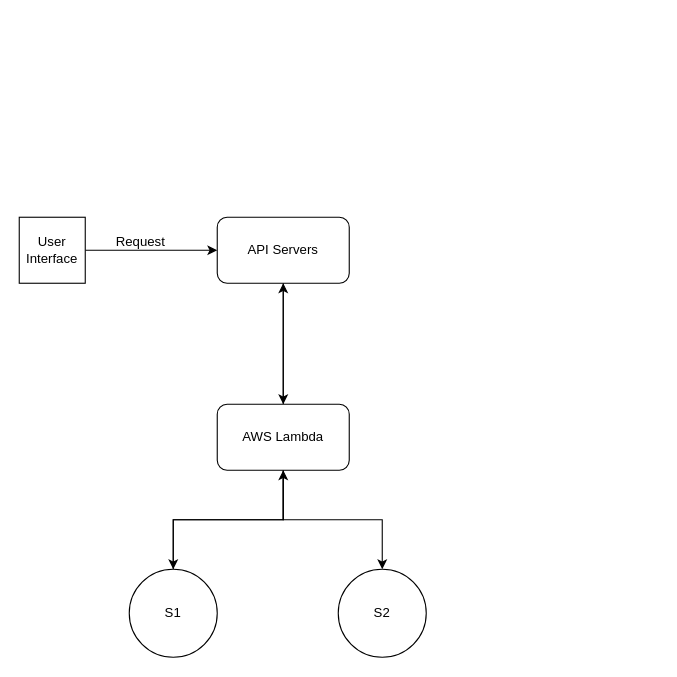
AsifKibria/SpaceNus-API-Diagram keeps this draw.io diagram as SpaceNus-BackEnd_API_Services.drawio. Above is the earlier version. Source tidied: cells renumbered, new cells numbered last; positions are measured from the earlier drawing's top-left corner, leaving out a move shared by most shapes. Both pictures are drawn from the tidied source at 110%, with x=0, y=0 at pixel (19, 217).
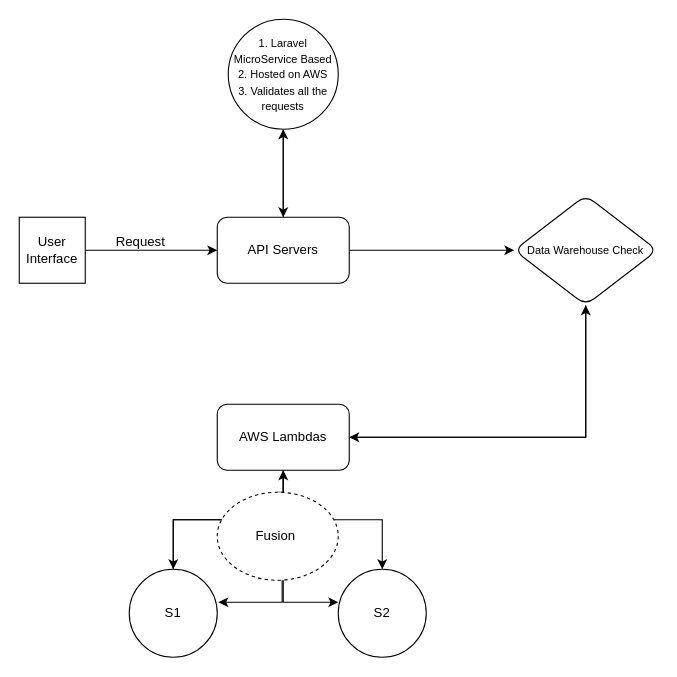
The same page after the edit.

The change refers to these unchanged cells:
```xml
<mxCell id="5" value="API Servers&lt;br&gt;" style="rounded=1;whiteSpace=wrap;html=1;" parent="1" vertex="1">
  <mxGeometry x="180" width="120" height="60" as="geometry" />
</mxCell>
```

Change to the diagram source:
```diff
@@
-    <mxCell id="4" style="edgeStyle=orthogonalEdgeStyle;rounded=0;jettySize=auto;html=1;" parent="1" edge="1" source="5" target="9">
-      <mxGeometry relative="1" as="geometry" />
+    <mxCell id="4" style="edgeStyle=orthogonalEdgeStyle;rounded=0;jettySize=auto;html=1;exitX=0.5;exitY=1;exitDx=0;exitDy=0;" parent="1" edge="1" source="16" target="9">
+      <mxGeometry relative="1" as="geometry">
+        <Array as="points">
+          <mxPoint x="515" y="200" />
+        </Array>
+      </mxGeometry>
     </mxCell>
+    <mxCell id="14" style="edgeStyle=orthogonalEdgeStyle;rounded=0;jettySize=auto;html=1;" parent="1" edge="1" source="5" target="16">
+      <mxGeometry relative="1" as="geometry">
+        <Array as="points">
+          <mxPoint x="380" y="30" />
+          <mxPoint x="380" y="30" />
+        </Array>
+      </mxGeometry>
+    </mxCell>
+    <mxCell id="15" style="edgeStyle=orthogonalEdgeStyle;rounded=0;jettySize=auto;html=1;" parent="1" edge="1" source="5" target="18">
+      <mxGeometry relative="1" as="geometry" />
+    </mxCell>
@@
-    <mxCell id="8" style="edgeStyle=orthogonalEdgeStyle;rounded=0;jettySize=auto;html=1;entryX=0.5;entryY=1;entryDx=0;entryDy=0;" parent="1" edge="1" source="9" target="5">
+    <mxCell id="8" style="edgeStyle=orthogonalEdgeStyle;rounded=0;jettySize=auto;html=1;entryX=0.5;entryY=1;entryDx=0;entryDy=0;" parent="1" edge="1" source="9" target="16">
       <mxGeometry relative="1" as="geometry" />
     </mxCell>
-    <mxCell id="9" value="AWS Lambda" style="rounded=1;whiteSpace=wrap;html=1;" parent="1" vertex="1">
+    <mxCell id="9" value="AWS Lambdas" style="rounded=1;whiteSpace=wrap;html=1;" parent="1" vertex="1">
       <mxGeometry x="180" y="170" width="120" height="60" as="geometry" />
     </mxCell>
@@
-    <mxCell id="11" value="S1" style="ellipse;whiteSpace=wrap;html=1;rounded=1;" parent="1" vertex="1">
-      <mxGeometry x="100" y="320" width="80" height="80" as="geometry" />
-    </mxCell>
@@
+    <mxCell id="16" value="&lt;font style=&quot;font-size: 10px;&quot;&gt;Data Warehouse Check&lt;/font&gt;" style="rhombus;whiteSpace=wrap;html=1;rounded=1;" parent="1" vertex="1">
+      <mxGeometry x="450" y="-20" width="130" height="100" as="geometry" />
+    </mxCell>
+    <mxCell id="17" style="edgeStyle=orthogonalEdgeStyle;rounded=0;jettySize=auto;html=1;" parent="1" edge="1" source="18">
+      <mxGeometry relative="1" as="geometry">
+        <mxPoint x="240" as="targetPoint" />
+      </mxGeometry>
+    </mxCell>
+    <mxCell id="18" value="&lt;font style=&quot;font-size: 10px;&quot;&gt;1. Laravel MicroService Based&lt;br&gt;2. Hosted on AWS&lt;br&gt;3. Validates all the requests&lt;br&gt;&lt;/font&gt;" style="ellipse;whiteSpace=wrap;html=1;rounded=1;" parent="1" vertex="1">
+      <mxGeometry x="190" y="-180" width="100" height="100" as="geometry" />
+    </mxCell>
+    <mxCell id="19" style="edgeStyle=orthogonalEdgeStyle;rounded=0;jettySize=auto;html=1;" parent="1" edge="1" source="21">
+      <mxGeometry relative="1" as="geometry">
+        <mxPoint x="290" y="350" as="targetPoint" />
+        <Array as="points">
+          <mxPoint x="240" y="350" />
+        </Array>
+      </mxGeometry>
+    </mxCell>
+    <mxCell id="20" style="edgeStyle=orthogonalEdgeStyle;rounded=0;jettySize=auto;html=1;exitX=0.5;exitY=0;exitDx=0;exitDy=0;" parent="1" edge="1" source="21">
+      <mxGeometry relative="1" as="geometry">
+        <mxPoint x="240" y="270" as="targetPoint" />
+      </mxGeometry>
+    </mxCell>
+    <mxCell id="21" value="Fusion&amp;nbsp;" style="ellipse;whiteSpace=wrap;html=1;align=center;dashed=1;" parent="1" vertex="1">
+      <mxGeometry x="180" y="250" width="110" height="80" as="geometry" />
+    </mxCell>
+    <mxCell id="22" style="edgeStyle=orthogonalEdgeStyle;rounded=0;jettySize=auto;html=1;entryX=1.013;entryY=0.375;entryDx=0;entryDy=0;entryPerimeter=0;" parent="1" edge="1" target="11">
+      <mxGeometry relative="1" as="geometry">
+        <mxPoint x="239" y="330" as="sourcePoint" />
+        <Array as="points">
+          <mxPoint x="239" y="350.4" />
+        </Array>
+      </mxGeometry>
+    </mxCell>
+    <mxCell id="11" value="S1" style="ellipse;whiteSpace=wrap;html=1;rounded=1;" parent="1" vertex="1">
+      <mxGeometry x="100" y="320" width="80" height="80" as="geometry" />
+    </mxCell>
```
